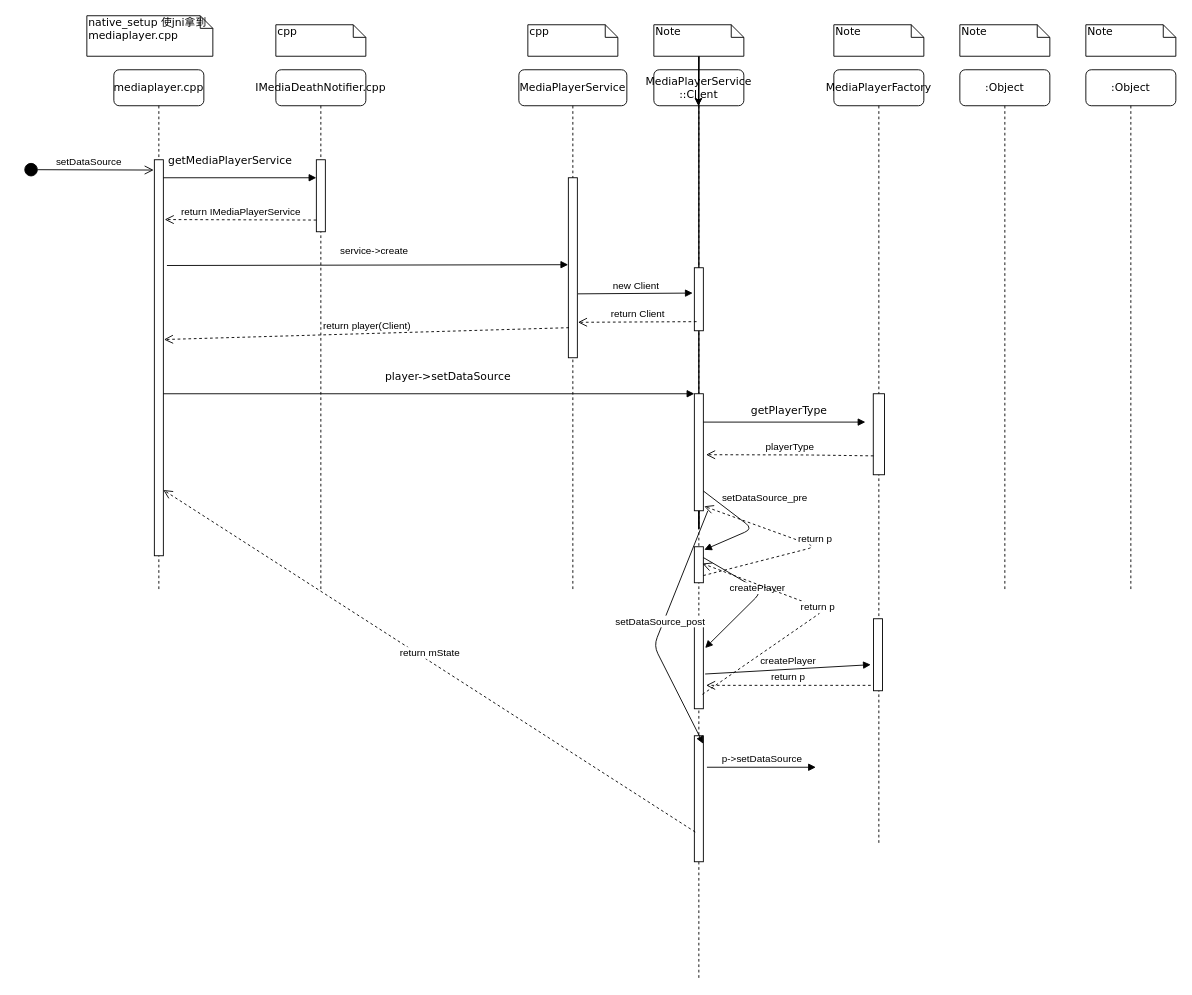
Earlier version of the draw.io diagram player起播.drawio (yaodewei/Diagram). Source tidied: cells renumbered, new cells numbered last; positions are measured from the earlier drawing's top-left corner, leaving out a move shared by most shapes. Both pictures are drawn from the tidied source at 90%, with x=0, y=0 at pixel (23, 15).
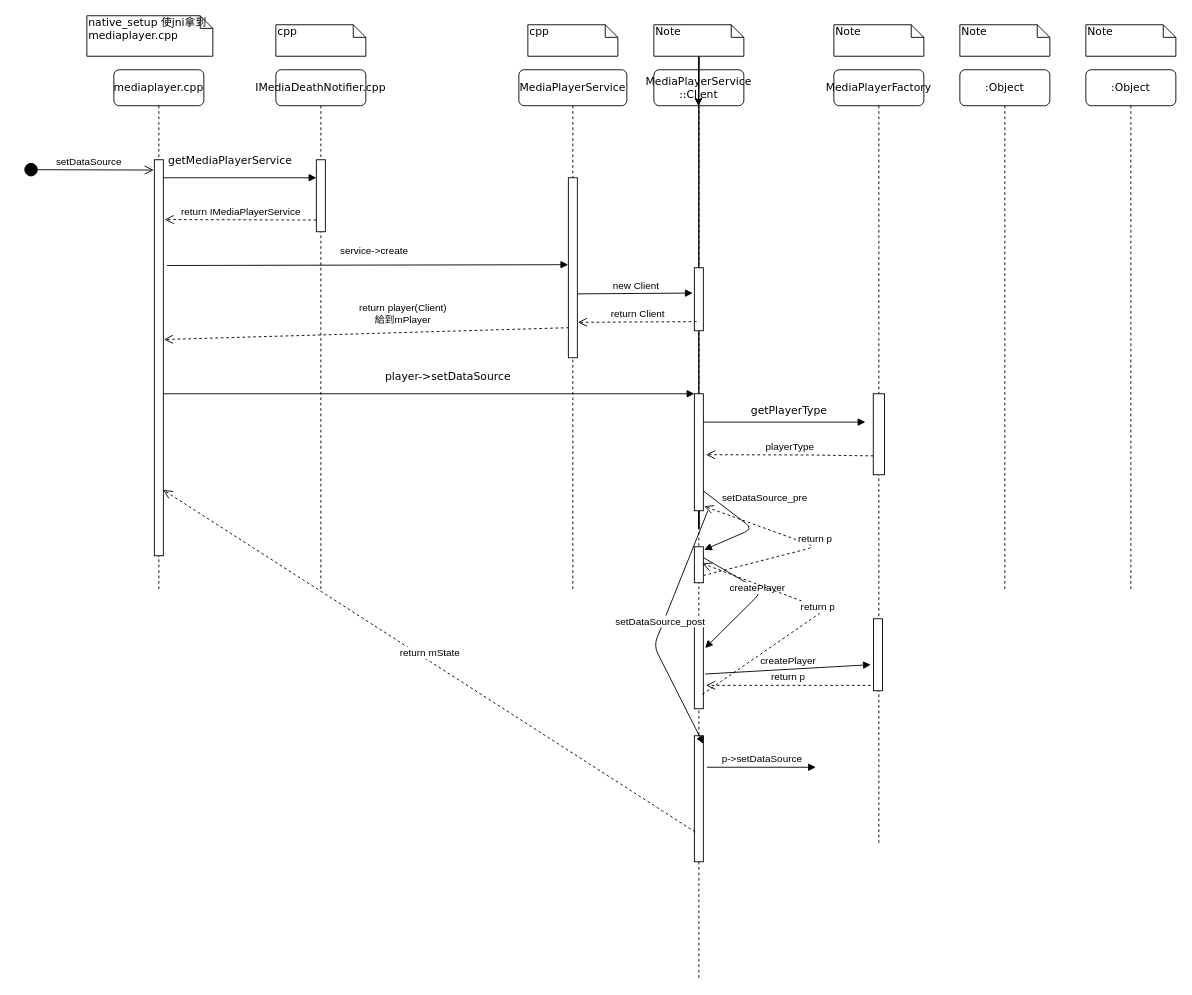
The same diagram, later.

The change refers to these unchanged cells:
```xml
<mxCell id="5" style="html=1;points=[];perimeter=orthogonalPerimeter;rounded=0;shadow=0;comic=0;labelBackgroundColor=none;strokeWidth=1;fontFamily=Verdana;fontSize=12;align=center;" parent="4" vertex="1">
  <mxGeometry x="55" y="120" width="10" height="200" as="geometry" />
</mxCell>
<mxCell id="17" style="html=1;points=[];perimeter=orthogonalPerimeter;rounded=0;shadow=0;comic=0;labelBackgroundColor=none;strokeWidth=1;fontFamily=Verdana;fontSize=12;align=center;" parent="16" vertex="1">
  <mxGeometry x="45" y="100" width="10" height="440" as="geometry" />
</mxCell>
```

Change to the diagram source:
```diff
@@
-    <mxCell id="38" value="return player(Client)" style="html=1;verticalAlign=bottom;endArrow=open;dashed=1;endSize=8;exitX=0.067;exitY=0.833;exitDx=0;exitDy=0;exitPerimeter=0;entryX=1.067;entryY=0.454;entryDx=0;entryDy=0;entryPerimeter=0;" parent="1" edge="1" source="5" target="17">
-      <mxGeometry relative="1" as="geometry" />
+    <mxCell id="38" value="return player(Client)&lt;br&gt;給到mPlayer" style="html=1;verticalAlign=bottom;endArrow=open;dashed=1;endSize=8;exitX=0.067;exitY=0.833;exitDx=0;exitDy=0;exitPerimeter=0;entryX=1.067;entryY=0.454;entryDx=0;entryDy=0;entryPerimeter=0;" parent="1" edge="1" source="5" target="17">
+      <mxGeometry x="-0.18" y="-5" relative="1" as="geometry" />
     </mxCell>
```
